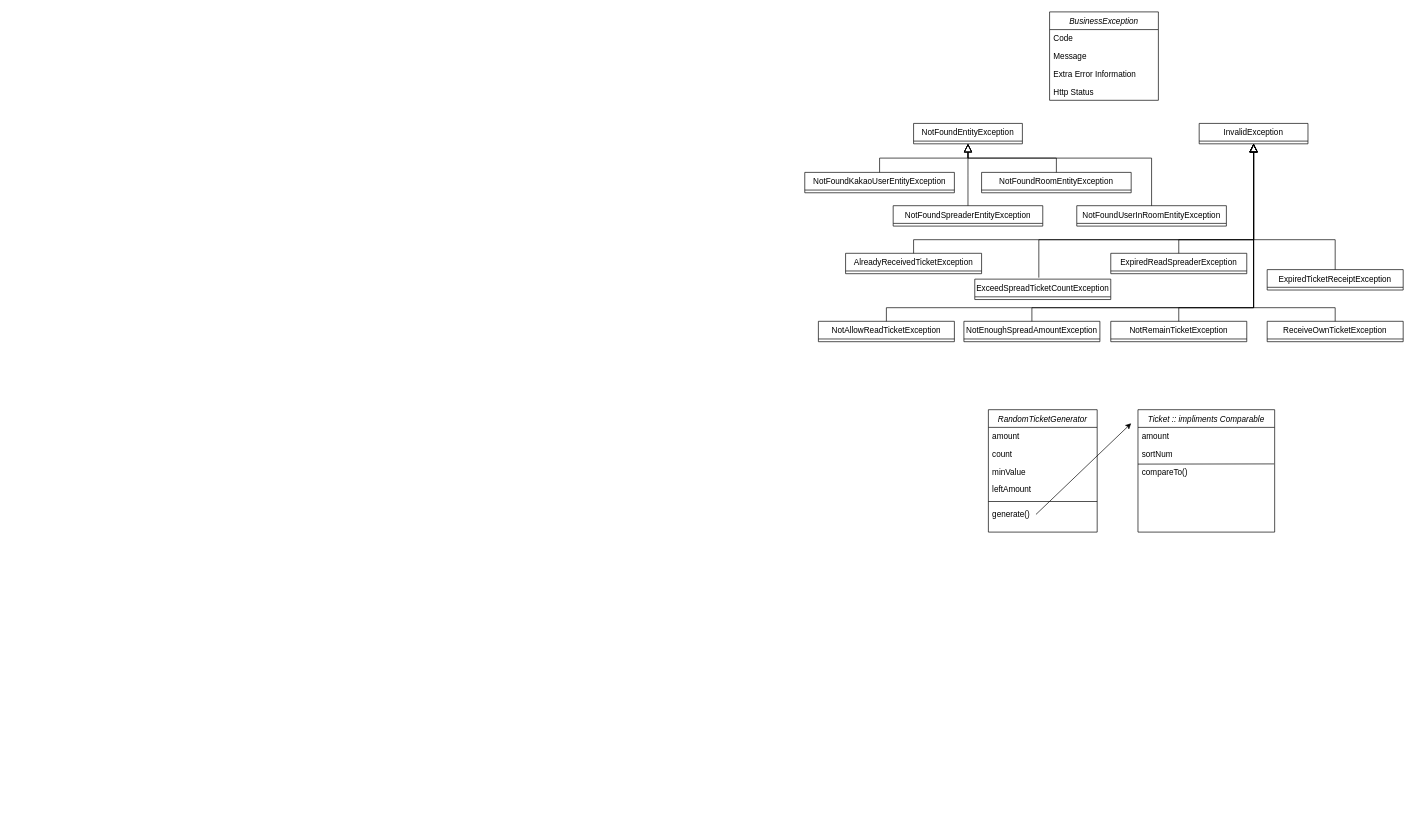
Above: src/docs/Untitled Diagram.drawio in geeshow/MoneySpreader (draw.io), before the change. Source tidied: cells renumbered, new cells numbered last; positions are measured from the earlier drawing's top-left corner, leaving out a move shared by most shapes. Both pictures are drawn from the tidied source at 68%, with x=0, y=0 at pixel (804, 12).
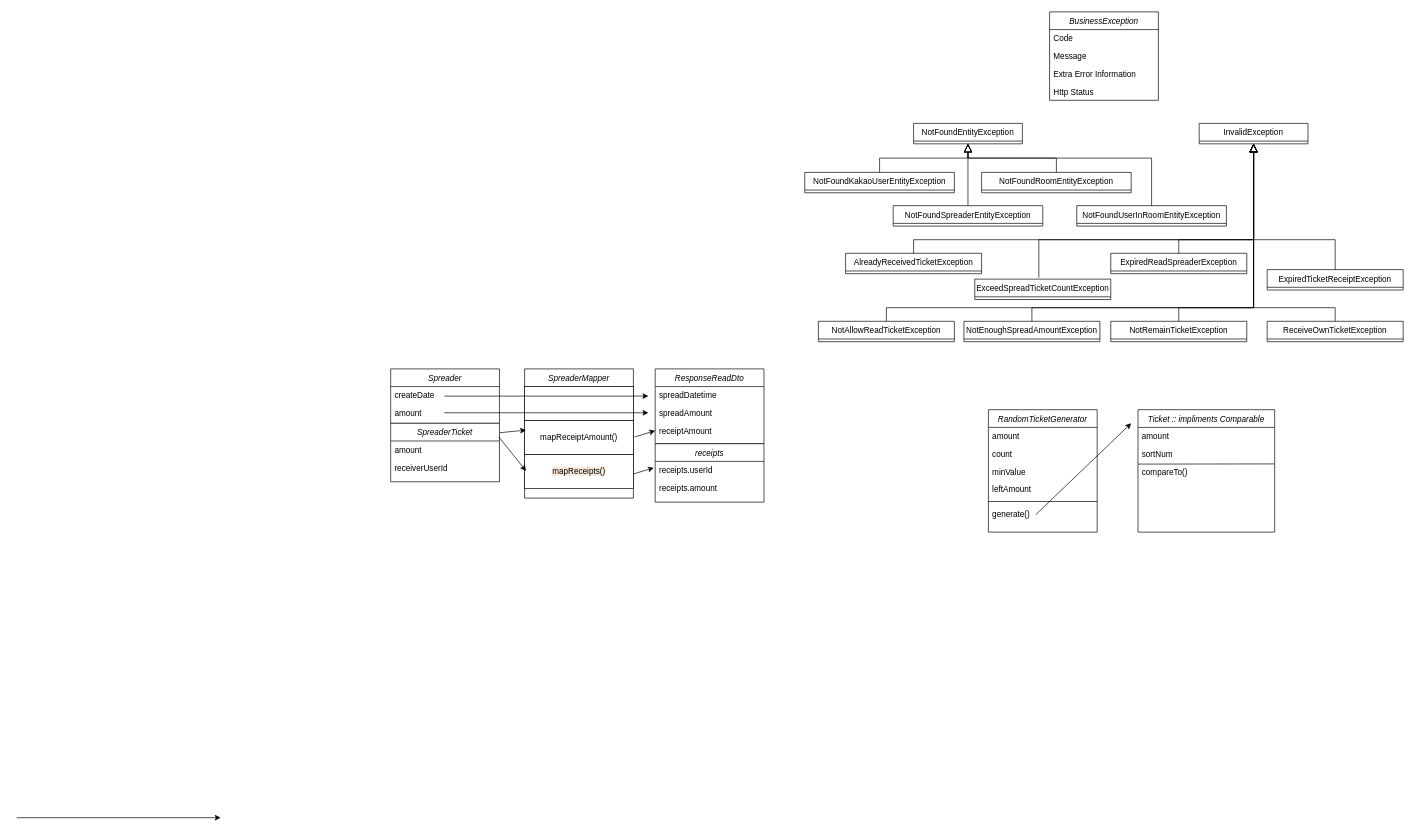
The same page after the edit.

Change to the diagram source:
```diff
@@
+    <mxCell id="46" value="SpreaderMapper" style="swimlane;fontStyle=2;align=center;verticalAlign=top;horizontal=1;startSize=26;rounded=0;shadow=0;strokeWidth=1;" parent="1" vertex="1">
+      <mxGeometry x="-412" y="525" width="160" height="190" as="geometry" />
+    </mxCell>
+    <mxCell id="47" style="rounded=0;whiteSpace=wrap;html=1;" parent="46" vertex="1">
+      <mxGeometry y="26" width="160" height="50" as="geometry" />
+    </mxCell>
+    <mxCell id="48" value="mapReceiptAmount()" style="rounded=0;whiteSpace=wrap;html=1;" parent="46" vertex="1">
+      <mxGeometry y="76" width="160" height="50" as="geometry" />
+    </mxCell>
+    <mxCell id="49" value="&lt;span style=&quot;background: rgb(250 , 235 , 221)&quot;&gt;mapReceipts()&lt;/span&gt;" style="rounded=0;whiteSpace=wrap;html=1;" parent="46" vertex="1">
+      <mxGeometry y="126" width="160" height="50" as="geometry" />
+    </mxCell>
+    <mxCell id="50" style="endArrow=classic;html=1;" parent="46" edge="1">
+      <mxGeometry relative="1" as="geometry">
+        <mxPoint x="-118" y="64.5" as="sourcePoint" />
+        <mxPoint x="182" y="64.5" as="targetPoint" />
+      </mxGeometry>
+    </mxCell>
@@
+    <mxCell id="51" value="ResponseReadDto" style="swimlane;fontStyle=2;align=center;verticalAlign=top;horizontal=1;startSize=26;rounded=0;shadow=0;strokeWidth=1;" parent="1" vertex="1">
+      <mxGeometry x="-220" y="525" width="160" height="110" as="geometry" />
+    </mxCell>
+    <mxCell id="52" value="spreadDatetime" style="text;align=left;verticalAlign=top;spacingLeft=4;spacingRight=4;overflow=hidden;" parent="51" vertex="1">
+      <mxGeometry y="26" width="160" height="26" as="geometry" />
+    </mxCell>
+    <mxCell id="53" value="spreadAmount" style="text;align=left;verticalAlign=top;spacingLeft=4;spacingRight=4;overflow=hidden;rounded=0;shadow=0;html=0;" parent="51" vertex="1">
+      <mxGeometry y="52" width="160" height="26" as="geometry" />
+    </mxCell>
+    <mxCell id="54" value="receiptAmount" style="text;align=left;verticalAlign=top;spacingLeft=4;spacingRight=4;overflow=hidden;points=[[0,0.5],[1,0.5]];portConstraint=eastwest;rounded=0;shadow=0;html=0;" parent="51" vertex="1">
+      <mxGeometry y="78" width="160" height="26" as="geometry" />
+    </mxCell>
+    <mxCell id="55" value="Spreader" style="swimlane;fontStyle=2;align=center;verticalAlign=top;horizontal=1;startSize=26;rounded=0;shadow=0;strokeWidth=1;" parent="1" vertex="1">
+      <mxGeometry x="-609" y="525" width="160" height="80" as="geometry" />
+    </mxCell>
+    <mxCell id="56" style="endArrow=classic;html=1;" parent="55" edge="1">
+      <mxGeometry relative="1" as="geometry">
+        <mxPoint x="79" y="40" as="sourcePoint" />
+        <mxPoint x="379" y="40" as="targetPoint" />
+      </mxGeometry>
+    </mxCell>
+    <mxCell id="57" value="createDate" style="text;align=left;verticalAlign=top;spacingLeft=4;spacingRight=4;overflow=hidden;" parent="55" vertex="1">
+      <mxGeometry y="26" width="160" height="26" as="geometry" />
+    </mxCell>
+    <mxCell id="58" value="amount" style="text;align=left;verticalAlign=top;spacingLeft=4;spacingRight=4;overflow=hidden;rounded=0;shadow=0;html=0;" parent="55" vertex="1">
+      <mxGeometry y="52" width="160" height="26" as="geometry" />
+    </mxCell>
+    <mxCell id="59" style="endArrow=classic;html=1;" parent="55" edge="1">
+      <mxGeometry relative="1" as="geometry">
+        <mxPoint x="-550" y="660" as="sourcePoint" />
+        <mxPoint x="-250" y="660" as="targetPoint" />
+      </mxGeometry>
+    </mxCell>
+    <mxCell id="60" value="receipts" style="swimlane;fontStyle=2;align=center;verticalAlign=top;horizontal=1;startSize=26;rounded=0;shadow=0;strokeWidth=1;" parent="1" vertex="1">
+      <mxGeometry x="-220" y="635" width="160" height="86" as="geometry" />
+    </mxCell>
+    <mxCell id="61" style="endArrow=classic;html=1;exitX=0.994;exitY=0.163;exitDx=0;exitDy=0;exitPerimeter=0;" parent="60" edge="1" source="64">
+      <mxGeometry relative="1" as="geometry">
+        <mxPoint x="-190" y="-20" as="targetPoint" />
+      </mxGeometry>
+    </mxCell>
+    <mxCell id="62" value="receipts.userId" style="text;align=left;verticalAlign=top;spacingLeft=4;spacingRight=4;overflow=hidden;" parent="60" vertex="1">
+      <mxGeometry y="26" width="160" height="26" as="geometry" />
+    </mxCell>
+    <mxCell id="63" value="receipts.amount" style="text;align=left;verticalAlign=top;spacingLeft=4;spacingRight=4;overflow=hidden;rounded=0;shadow=0;html=0;" parent="60" vertex="1">
+      <mxGeometry y="52" width="160" height="26" as="geometry" />
+    </mxCell>
+    <mxCell id="64" value="SpreaderTicket" style="swimlane;fontStyle=2;align=center;verticalAlign=top;horizontal=1;startSize=26;rounded=0;shadow=0;strokeWidth=1;" parent="1" vertex="1">
+      <mxGeometry x="-609" y="605" width="160" height="86" as="geometry" />
+    </mxCell>
+    <mxCell id="65" value="amount" style="text;align=left;verticalAlign=top;spacingLeft=4;spacingRight=4;overflow=hidden;" parent="64" vertex="1">
+      <mxGeometry y="26" width="160" height="26" as="geometry" />
+    </mxCell>
+    <mxCell id="66" value="receiverUserId" style="text;align=left;verticalAlign=top;spacingLeft=4;spacingRight=4;overflow=hidden;rounded=0;shadow=0;html=0;" parent="64" vertex="1">
+      <mxGeometry y="52" width="160" height="26" as="geometry" />
+    </mxCell>
+    <mxCell id="67" style="endArrow=classic;html=1;entryX=0;entryY=0.5;entryDx=0;entryDy=0;" parent="1" edge="1" target="54">
+      <mxGeometry relative="1" as="geometry">
+        <mxPoint x="-250" y="625" as="sourcePoint" />
+      </mxGeometry>
+    </mxCell>
+    <mxCell id="68" style="endArrow=classic;html=1;exitX=0.994;exitY=0.163;exitDx=0;exitDy=0;exitPerimeter=0;" parent="1" edge="1">
+      <mxGeometry relative="1" as="geometry">
+        <mxPoint x="-450" y="625" as="sourcePoint" />
+        <mxPoint x="-410" y="675" as="targetPoint" />
+      </mxGeometry>
+    </mxCell>
+    <mxCell id="69" style="endArrow=classic;html=1;entryX=0;entryY=0.5;entryDx=0;entryDy=0;" parent="1" edge="1">
+      <mxGeometry relative="1" as="geometry">
+        <mxPoint x="-252" y="679.5" as="sourcePoint" />
+        <mxPoint x="-222" y="670.5" as="targetPoint" />
+      </mxGeometry>
+    </mxCell>
```
